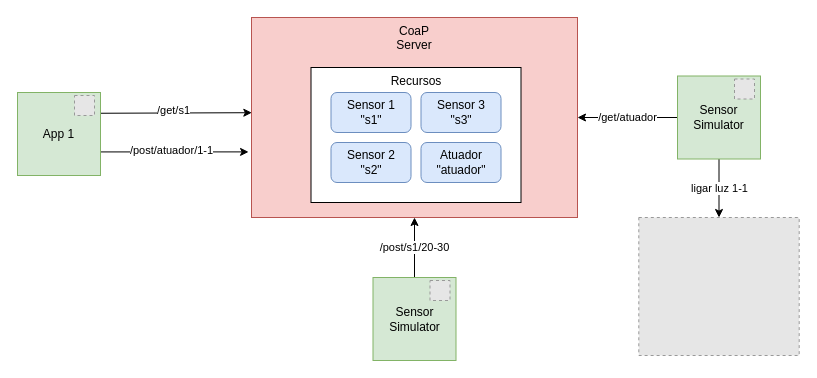
The draw.io diagram docs/diagram.drawio in anselmobattisti/coap_2, before the edit. Source tidied: cells renumbered, new cells numbered last; positions are measured from the earlier drawing's top-left corner, leaving out a move shared by most shapes. Both pictures are drawn from the tidied source at 100%, with x=0, y=0 at pixel (17, 17). Pictures stored in the file or linked from it are replaced by grey dashed boxes.
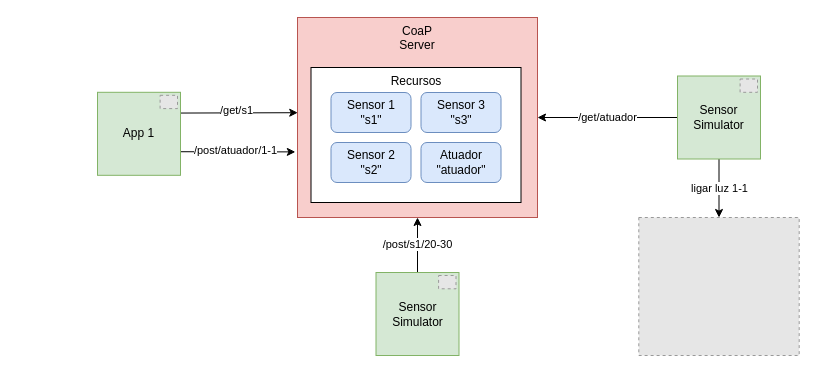
After the change.

Change to the diagram source:
```diff
@@
 <mxGraphModel>
   <root>
     <mxCell id="0" />
     <mxCell id="1" parent="0" />
     <mxCell id="2" value="CoaP&lt;br&gt;Server" style="rounded=1;whiteSpace=wrap;html=1;fillColor=#f8cecc;strokeColor=#b85450;arcSize=0;verticalAlign=top;" parent="1" vertex="1">
-      <mxGeometry x="234" width="326" height="200" as="geometry" />
+      <mxGeometry x="280" width="240" height="200" as="geometry" />
     </mxCell>
     <mxCell id="3" value="/get/s1" style="rounded=0;jettySize=auto;html=1;entryX=0.001;entryY=0.476;entryDx=0;entryDy=0;exitX=1;exitY=0.25;exitDx=0;exitDy=0;entryPerimeter=0;" parent="1" edge="1" source="5" target="2">
       <mxGeometry x="-0.04" y="2" relative="1" as="geometry" />
     </mxCell>
     <mxCell id="4" value="/post/atuador/1-1" style="rounded=0;jettySize=auto;html=1;entryX=-0.009;entryY=0.672;entryDx=0;entryDy=0;entryPerimeter=0;exitX=0.988;exitY=0.716;exitDx=0;exitDy=0;exitPerimeter=0;" parent="1" edge="1" source="5" target="2">
       <mxGeometry x="-0.04" y="1" relative="1" as="geometry" />
     </mxCell>
     <mxCell id="5" value="App 1" style="whiteSpace=wrap;html=1;fillColor=#d5e8d4;strokeColor=#82b366;" parent="1" vertex="1">
-      <mxGeometry y="75" width="83" height="83" as="geometry" />
+      <mxGeometry x="80" y="74.8" width="83" height="83" as="geometry" />
     </mxCell>
     <mxCell id="6" value="Recursos" style="rounded=0;whiteSpace=wrap;html=1;verticalAlign=top;" parent="1" vertex="1">
       <mxGeometry x="293.5" y="50" width="210" height="135" as="geometry" />
     </mxCell>
     <mxCell id="7" value="Sensor 1&lt;br&gt;&quot;s1&quot;" style="rounded=1;whiteSpace=wrap;html=1;fillColor=#dae8fc;strokeColor=#6c8ebf;" parent="1" vertex="1">
       <mxGeometry x="313.5" y="75" width="80" height="40" as="geometry" />
     </mxCell>
     <mxCell id="8" value="Sensor 2&lt;br&gt;&quot;s2&quot;" style="rounded=1;whiteSpace=wrap;html=1;fillColor=#dae8fc;strokeColor=#6c8ebf;" parent="1" vertex="1">
       <mxGeometry x="313.5" y="125" width="80" height="40" as="geometry" />
     </mxCell>
     <mxCell id="9" value="Sensor 3&lt;br&gt;&quot;s3&quot;" style="rounded=1;whiteSpace=wrap;html=1;fillColor=#dae8fc;strokeColor=#6c8ebf;" parent="1" vertex="1">
       <mxGeometry x="403.5" y="75" width="80" height="40" as="geometry" />
     </mxCell>
     <mxCell id="10" value="Atuador&lt;br&gt;&quot;atuador&quot;" style="rounded=1;whiteSpace=wrap;html=1;fillColor=#dae8fc;strokeColor=#6c8ebf;" parent="1" vertex="1">
       <mxGeometry x="403.5" y="125" width="80" height="40" as="geometry" />
     </mxCell>
-    <mxCell id="11" style="fillColor=#E6E6E6;strokeColor=#999999;dashed=1;verticalLabelPosition=bottom;labelBackgroundColor=default;verticalAlign=top;" parent="1" vertex="1">
-      <mxGeometry x="57" y="78" width="20" height="20" as="geometry" />
-    </mxCell>
     <mxCell id="12" value="&lt;span style=&quot;color: rgb(0, 0, 0); font-family: Helvetica; font-size: 11px; font-style: normal; font-variant-ligatures: normal; font-variant-caps: normal; font-weight: 400; letter-spacing: normal; orphans: 2; text-align: center; text-indent: 0px; text-transform: none; widows: 2; word-spacing: 0px; -webkit-text-stroke-width: 0px; background-color: rgb(255, 255, 255); text-decoration-thickness: initial; text-decoration-style: initial; text-decoration-color: initial; float: none; display: inline !important;&quot;&gt;/post/s1/20-30&lt;/span&gt;" style="edgeStyle=orthogonalEdgeStyle;rounded=0;jettySize=auto;html=1;entryX=0.5;entryY=1;entryDx=0;entryDy=0;" parent="1" edge="1" source="13" target="2">
       <mxGeometry relative="1" as="geometry" />
     </mxCell>
     <mxCell id="13" value="Sensor Simulator" style="whiteSpace=wrap;html=1;fillColor=#d5e8d4;strokeColor=#82b366;" parent="1" vertex="1">
-      <mxGeometry x="355.5" y="260" width="83" height="83" as="geometry" />
+      <mxGeometry x="358.5" y="255" width="83" height="83" as="geometry" />
     </mxCell>
-    <mxCell id="14" style="fillColor=#E6E6E6;strokeColor=#999999;dashed=1;verticalLabelPosition=bottom;labelBackgroundColor=default;verticalAlign=top;" parent="1" vertex="1">
-      <mxGeometry x="412.5" y="263" width="20" height="20" as="geometry" />
-    </mxCell>
     <mxCell id="15" value="/get/atuador" style="edgeStyle=orthogonalEdgeStyle;rounded=0;jettySize=auto;html=1;entryX=1;entryY=0.5;entryDx=0;entryDy=0;" parent="1" edge="1" source="17" target="2">
       <mxGeometry relative="1" as="geometry" />
     </mxCell>
     <mxCell id="16" value="ligar luz 1-1" style="edgeStyle=orthogonalEdgeStyle;rounded=0;jettySize=auto;html=1;entryX=0.5;entryY=0;entryDx=0;entryDy=0;" parent="1" edge="1" source="17" target="19">
       <mxGeometry relative="1" as="geometry" />
     </mxCell>
     <mxCell id="17" value="Sensor Simulator" style="whiteSpace=wrap;html=1;fillColor=#d5e8d4;strokeColor=#82b366;" parent="1" vertex="1">
       <mxGeometry x="660" y="58.5" width="83" height="83" as="geometry" />
     </mxCell>
-    <mxCell id="18" style="fillColor=#E6E6E6;strokeColor=#999999;dashed=1;verticalLabelPosition=bottom;labelBackgroundColor=default;verticalAlign=top;" parent="1" vertex="1">
-      <mxGeometry x="717" y="61.5" width="20" height="20" as="geometry" />
-    </mxCell>
     <mxCell id="19" style="fillColor=#E6E6E6;strokeColor=#999999;dashed=1;verticalLabelPosition=bottom;labelBackgroundColor=default;verticalAlign=top;" parent="1" vertex="1">
       <mxGeometry x="621.3" y="200" width="160.4" height="138" as="geometry" />
     </mxCell>
+    <mxCell id="20" style="fillColor=#E6E6E6;strokeColor=#999999;dashed=1;verticalLabelPosition=bottom;labelBackgroundColor=default;verticalAlign=top;" parent="1" vertex="1">
+      <mxGeometry x="142.6" y="77.8" width="17.4" height="13.3" as="geometry" />
+    </mxCell>
+    <mxCell id="21" style="fillColor=#E6E6E6;strokeColor=#999999;dashed=1;verticalLabelPosition=bottom;labelBackgroundColor=default;verticalAlign=top;" parent="1" vertex="1">
+      <mxGeometry x="421.1" y="258" width="17.4" height="13.3" as="geometry" />
+    </mxCell>
+    <mxCell id="22" style="fillColor=#E6E6E6;strokeColor=#999999;dashed=1;verticalLabelPosition=bottom;labelBackgroundColor=default;verticalAlign=top;" parent="1" vertex="1">
+      <mxGeometry x="722.6" y="61.5" width="17.4" height="13.3" as="geometry" />
+    </mxCell>
   </root>
 </mxGraphModel>
```
